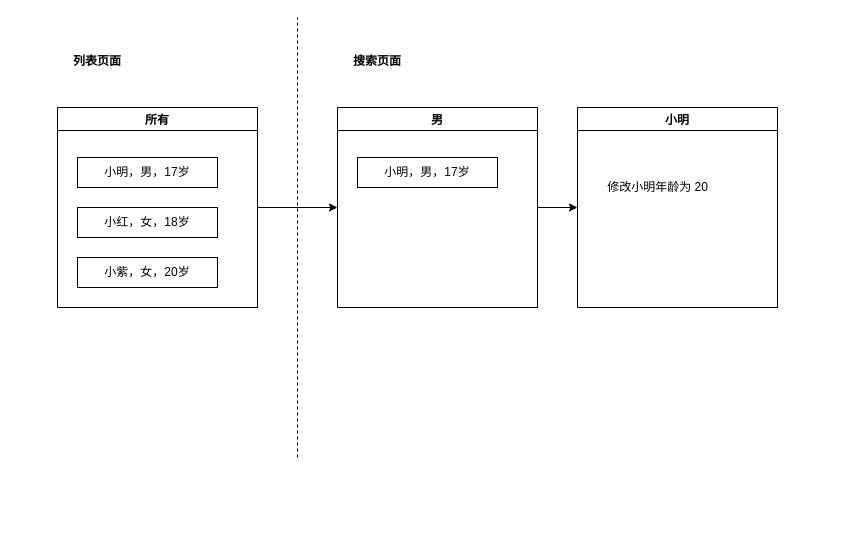
This is Untitled Diagram.drawio from clevok/static, a draw.io file, before an edit. Source tidied: cells renumbered, new cells numbered last; positions are measured from the earlier drawing's top-left corner, leaving out a move shared by most shapes. Both pictures are drawn from the tidied source at 100%, with x=0, y=0 at pixel (57, 17).
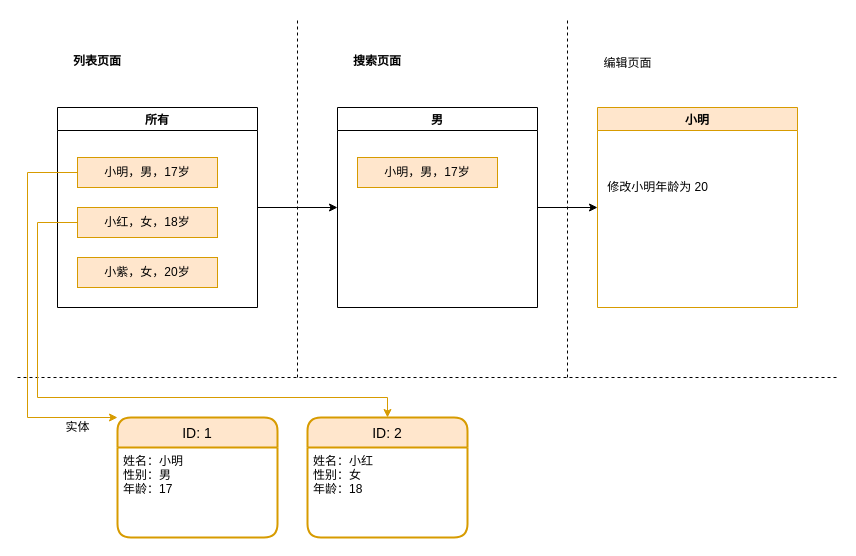
After the change.

Unchanged cells that the change refers to:
```xml
<mxCell id="3" value="所有" style="swimlane;" parent="1" vertex="1">
  <mxGeometry y="90" width="200" height="200" as="geometry" />
</mxCell>
<mxCell id="8" value="男" style="swimlane;startSize=23;" parent="1" vertex="1">
  <mxGeometry x="280" y="90" width="200" height="200" as="geometry" />
</mxCell>
```

What changed in the source:
```diff
@@
-    <mxCell id="4" value="小明，男，17岁" style="whiteSpace=wrap;html=1;" parent="3" vertex="1">
+    <mxCell id="4" value="小明，男，17岁" style="whiteSpace=wrap;html=1;fillColor=#ffe6cc;strokeColor=#d79b00;" parent="3" vertex="1">
       <mxGeometry x="20" y="50" width="140" height="30" as="geometry" />
     </mxCell>
-    <mxCell id="5" value="小红，女，18岁" style="whiteSpace=wrap;html=1;" parent="3" vertex="1">
+    <mxCell id="5" value="小红，女，18岁" style="whiteSpace=wrap;html=1;fillColor=#ffe6cc;strokeColor=#d79b00;" parent="3" vertex="1">
       <mxGeometry x="20" y="100" width="140" height="30" as="geometry" />
     </mxCell>
-    <mxCell id="6" value="小紫，女，20岁" style="whiteSpace=wrap;html=1;" parent="3" vertex="1">
+    <mxCell id="6" value="小紫，女，20岁" style="whiteSpace=wrap;html=1;fillColor=#ffe6cc;strokeColor=#d79b00;" parent="3" vertex="1">
       <mxGeometry x="20" y="150" width="140" height="30" as="geometry" />
     </mxCell>
@@
-    <mxCell id="9" value="小明，男，17岁" style="whiteSpace=wrap;html=1;" parent="8" vertex="1">
+    <mxCell id="9" value="小明，男，17岁" style="whiteSpace=wrap;html=1;fillColor=#ffe6cc;strokeColor=#d79b00;" parent="8" vertex="1">
       <mxGeometry x="20" y="50" width="140" height="30" as="geometry" />
     </mxCell>
     <mxCell id="10" style="endArrow=none;dashed=1;html=1;rounded=0;" parent="1" edge="1">
       <mxGeometry relative="1" as="geometry">
-        <mxPoint x="240" y="440" as="sourcePoint" />
+        <mxPoint x="240" y="360" as="sourcePoint" />
         <mxPoint x="240" as="targetPoint" />
       </mxGeometry>
     </mxCell>
@@
-    <mxCell id="13" value="小明" style="swimlane;startSize=23;" parent="1" vertex="1">
-      <mxGeometry x="520" y="90" width="200" height="200" as="geometry" />
+    <mxCell id="13" value="小明" style="swimlane;startSize=23;fillColor=#ffe6cc;strokeColor=#d79b00;" parent="1" vertex="1">
+      <mxGeometry x="540" y="90" width="200" height="200" as="geometry" />
     </mxCell>
@@
+    <mxCell id="15" style="endArrow=none;dashed=1;html=1;rounded=0;" parent="1" edge="1">
+      <mxGeometry relative="1" as="geometry">
+        <mxPoint x="510" y="360" as="sourcePoint" />
+        <mxPoint x="510" as="targetPoint" />
+      </mxGeometry>
+    </mxCell>
+    <mxCell id="16" value="编辑页面" style="text;html=1;align=center;verticalAlign=middle;strokeColor=none;fillColor=none;" parent="1" vertex="1">
+      <mxGeometry x="540" y="36" width="60" height="20" as="geometry" />
+    </mxCell>
+    <mxCell id="17" style="endArrow=none;dashed=1;html=1;rounded=0;" parent="1" edge="1">
+      <mxGeometry relative="1" as="geometry">
+        <mxPoint x="-40" y="360" as="sourcePoint" />
+        <mxPoint x="780" y="360" as="targetPoint" />
+      </mxGeometry>
+    </mxCell>
+    <mxCell id="18" value="ID: 1" style="swimlane;horizontal=1;startSize=30;rounded=1;fontSize=14;fontStyle=0;strokeWidth=2;shadow=0;dashed=0;align=center;fillColor=#ffe6cc;strokeColor=#d79b00;" parent="1" vertex="1">
+      <mxGeometry x="60" y="400" width="160" height="120" as="geometry" />
+    </mxCell>
+    <mxCell id="19" value="姓名：小明&#10;性别：男&#10;年龄：17" style="align=left;strokeColor=none;fillColor=none;spacingLeft=4;fontSize=12;verticalAlign=top;" parent="18" vertex="1">
+      <mxGeometry y="30" width="160" height="90" as="geometry" />
+    </mxCell>
+    <mxCell id="20" value="ID: 2" style="swimlane;horizontal=1;startSize=30;rounded=1;fontSize=14;fontStyle=0;strokeWidth=2;shadow=0;dashed=0;align=center;fillColor=#ffe6cc;strokeColor=#d79b00;" parent="1" vertex="1">
+      <mxGeometry x="250" y="400" width="160" height="120" as="geometry" />
+    </mxCell>
+    <mxCell id="21" value="姓名：小红&#10;性别：女&#10;年龄：18" style="align=left;strokeColor=none;fillColor=none;spacingLeft=4;fontSize=12;verticalAlign=top;" parent="20" vertex="1">
+      <mxGeometry y="30" width="160" height="90" as="geometry" />
+    </mxCell>
+    <mxCell id="22" value="实体" style="text;html=1;align=center;verticalAlign=middle;strokeColor=none;fillColor=none;" parent="1" vertex="1">
+      <mxGeometry y="400" width="40" height="20" as="geometry" />
+    </mxCell>
+    <mxCell id="23" style="edgeStyle=orthogonalEdgeStyle;rounded=0;jettySize=auto;html=1;exitX=0;exitY=0.5;exitDx=0;exitDy=0;fillColor=#ffe6cc;strokeColor=#d79b00;" parent="1" edge="1" source="5" target="20">
+      <mxGeometry relative="1" as="geometry">
+        <Array as="points">
+          <mxPoint x="-20" y="205" />
+          <mxPoint x="-20" y="380" />
+          <mxPoint x="330" y="380" />
+        </Array>
+      </mxGeometry>
+    </mxCell>
+    <mxCell id="24" style="edgeStyle=orthogonalEdgeStyle;rounded=0;jettySize=auto;html=1;exitX=0;exitY=0.5;exitDx=0;exitDy=0;entryX=0;entryY=0;entryDx=0;entryDy=0;fillColor=#ffe6cc;strokeColor=#d79b00;" parent="1" edge="1" source="4" target="18">
+      <mxGeometry relative="1" as="geometry">
+        <Array as="points">
+          <mxPoint x="-30" y="155" />
+          <mxPoint x="-30" y="400" />
+        </Array>
+      </mxGeometry>
+    </mxCell>
```
